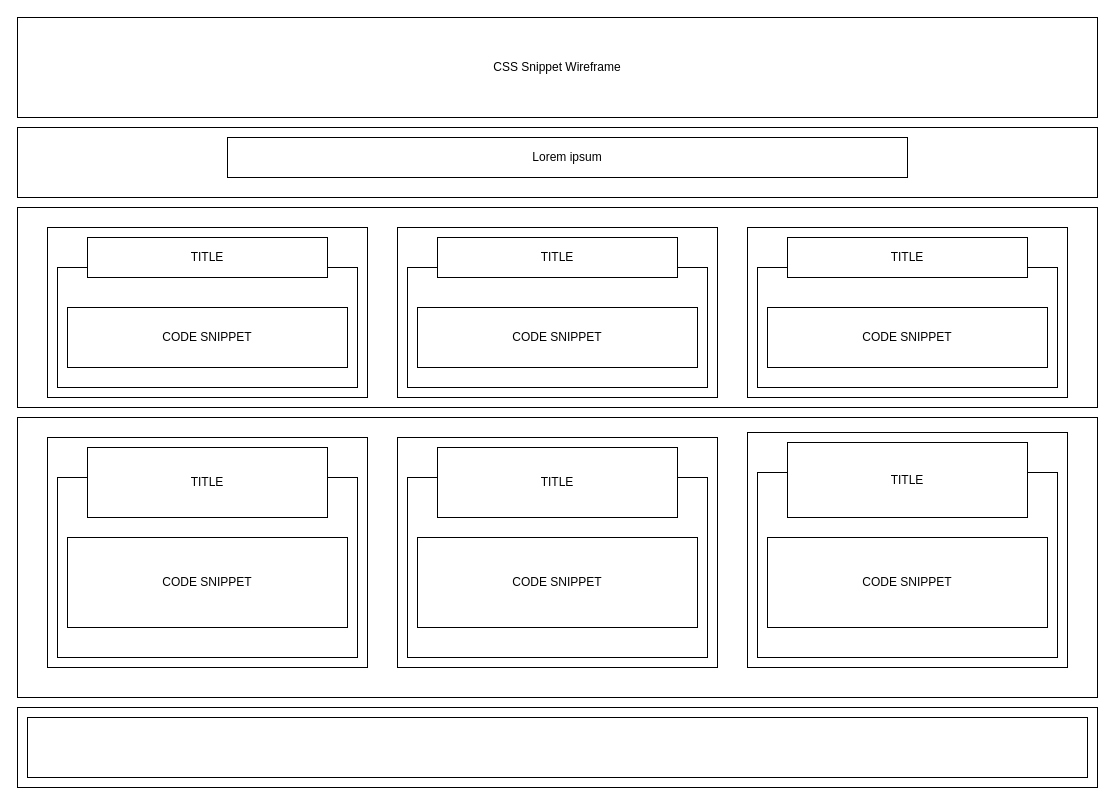
Earlier version of the draw.io diagram assets/wireframe.drawio (cavazosdotcom/css-Snippets). Source tidied: cells renumbered, new cells numbered last; positions are measured from the earlier drawing's top-left corner, leaving out a move shared by most shapes. Both pictures are drawn from the tidied source at 100%, with x=0, y=0 at pixel (17, 17).
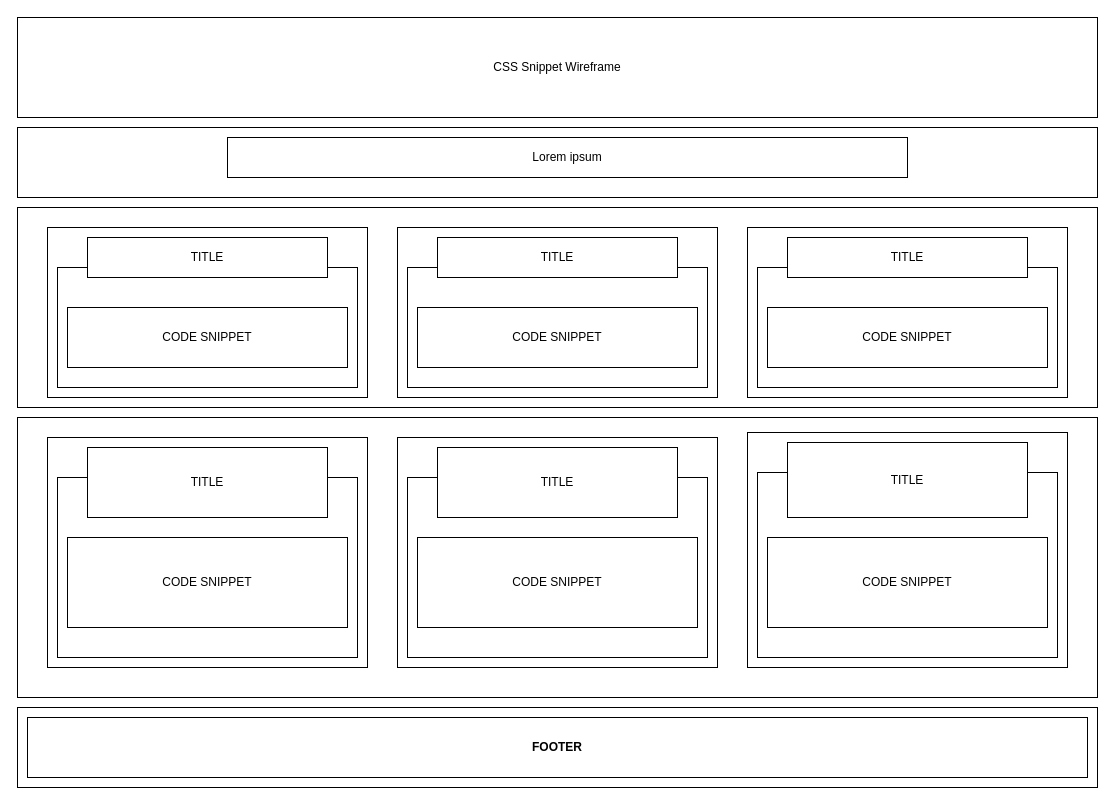
After the change.

Commit message (it also covers changes not shown here):
Header and footer changes

Diff of the diagram source:
```diff
@@
-    <mxCell id="26" style="rounded=0;whiteSpace=wrap;html=1;fontStyle=1;" parent="1" vertex="1">
+    <mxCell id="26" value="FOOTER" style="rounded=0;whiteSpace=wrap;html=1;fontStyle=1;" parent="1" vertex="1">
       <mxGeometry x="10" y="700" width="1060" height="60" as="geometry" />
     </mxCell>
```
